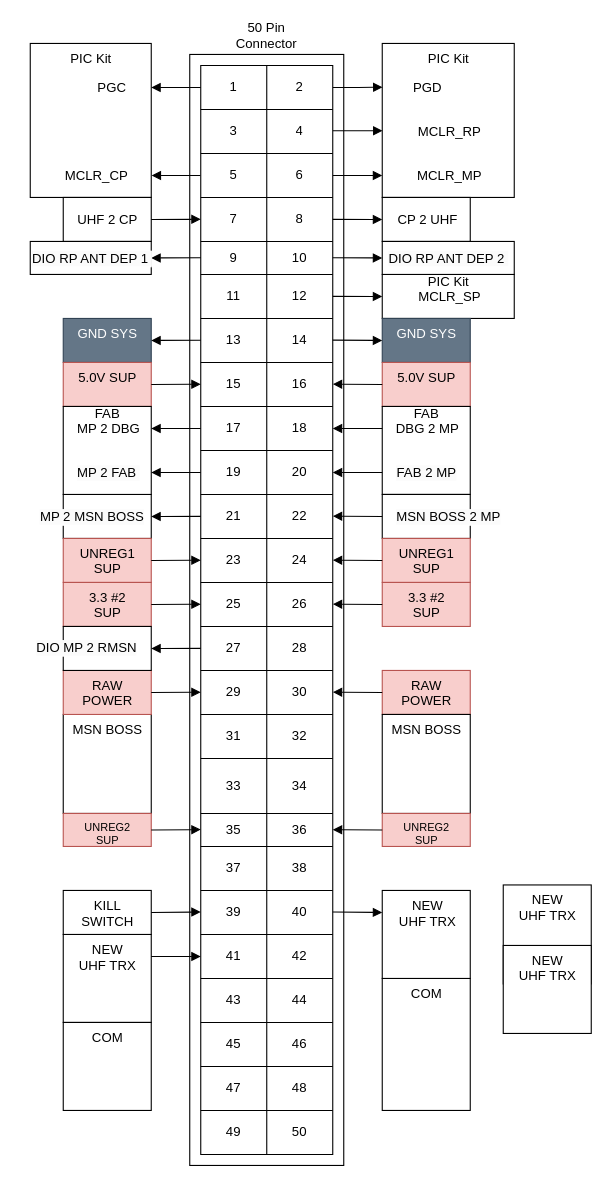
BIRDSOpenSource/BIRDSRP-OBC keeps this draw.io diagram as page "2-ROW-50-PIN-ASSIGNMENT" (1 of 2) of Diagrams/50_pin_assignment.drawio. Above is the earlier version. Source tidied: cells renumbered, new cells numbered last; positions are measured from the earlier drawing's top-left corner, leaving out a move shared by most shapes. Both pictures are drawn from the tidied source at 110%, with x=0, y=0 at pixel (30, 43).
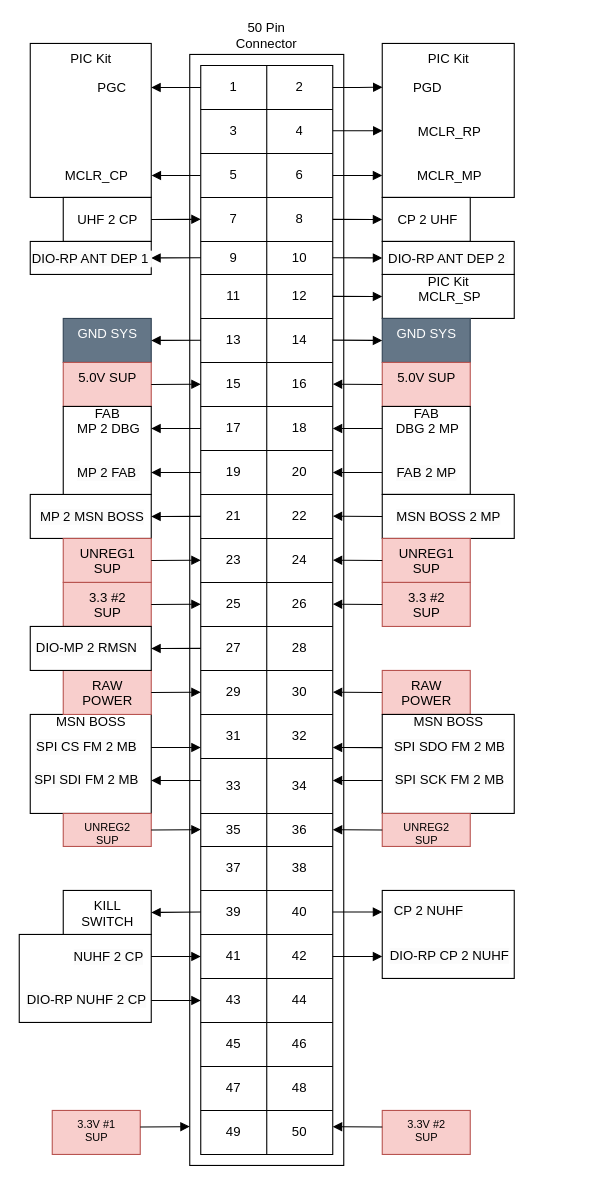
After the change.

The change refers to these unchanged cells:
```xml
<mxCell id="143" style="html=1;verticalAlign=bottom;endArrow=block;edgeStyle=elbowEdgeStyle;elbow=vertical;curved=0;rounded=0;exitX=-0.003;exitY=0.101;exitDx=0;exitDy=0;exitPerimeter=0;entryX=1.003;entryY=0.856;entryDx=0;entryDy=0;entryPerimeter=0;" parent="1" edge="1">
  <mxGeometry relative="1" as="geometry">
    <mxPoint x="155" y="194.8" as="sourcePoint" />
    <mxPoint x="110" y="194.8" as="targetPoint" />
  </mxGeometry>
</mxCell>
<mxCell id="145" style="html=1;verticalAlign=bottom;endArrow=block;edgeStyle=elbowEdgeStyle;elbow=vertical;curved=0;rounded=0;exitX=0;exitY=0.5;exitDx=0;exitDy=0;" parent="1" edge="1">
  <mxGeometry relative="1" as="geometry">
    <mxPoint x="275" y="194.8" as="sourcePoint" />
    <mxPoint x="320" y="194.8" as="targetPoint" />
  </mxGeometry>
</mxCell>
<mxCell id="154" style="html=1;verticalAlign=bottom;endArrow=none;edgeStyle=elbowEdgeStyle;elbow=vertical;curved=0;rounded=0;exitX=-0.003;exitY=0.101;exitDx=0;exitDy=0;exitPerimeter=0;entryX=1.003;entryY=0.856;entryDx=0;entryDy=0;entryPerimeter=0;startArrow=block;startFill=1;endFill=0;" parent="1" edge="1">
  <mxGeometry relative="1" as="geometry">
    <mxPoint x="155" y="830" as="sourcePoint" />
    <mxPoint x="110" y="830" as="targetPoint" />
  </mxGeometry>
</mxCell>
<mxCell id="162" style="html=1;verticalAlign=bottom;endArrow=block;edgeStyle=elbowEdgeStyle;elbow=vertical;curved=0;rounded=0;exitX=-0.003;exitY=0.101;exitDx=0;exitDy=0;exitPerimeter=0;entryX=1.003;entryY=0.856;entryDx=0;entryDy=0;entryPerimeter=0;startArrow=none;startFill=0;endFill=1;" parent="1" edge="1">
  <mxGeometry relative="1" as="geometry">
    <mxPoint x="155" y="549.9" as="sourcePoint" />
    <mxPoint x="110" y="549.9" as="targetPoint" />
  </mxGeometry>
</mxCell>
```

Change to the diagram source:
```diff
@@
-    <mxCell id="90" value="NEW&lt;div&gt;UHF TRX&lt;/div&gt;" style="html=1;perimeter=orthogonalPerimeter;targetShapes=umlLifeline;newEdgeStyle={&quot;edgeStyle&quot;:&quot;elbowEdgeStyle&quot;,&quot;elbow&quot;:&quot;vertical&quot;,&quot;curved&quot;:0,&quot;rounded&quot;:0};verticalAlign=top;" parent="1" vertex="1">
-      <mxGeometry x="430" y="765" width="80" height="90" as="geometry" />
-    </mxCell>
@@
-    <mxCell id="93" value="NEW&lt;div&gt;UHF TRX&lt;/div&gt;" style="html=1;perimeter=orthogonalPerimeter;targetShapes=umlLifeline;newEdgeStyle={&quot;edgeStyle&quot;:&quot;elbowEdgeStyle&quot;,&quot;elbow&quot;:&quot;vertical&quot;,&quot;curved&quot;:0,&quot;rounded&quot;:0};verticalAlign=top;" parent="1" vertex="1">
-      <mxGeometry x="430" y="820" width="80" height="80" as="geometry" />
-    </mxCell>
     <mxCell id="94" style="html=1;perimeter=orthogonalPerimeter;targetShapes=umlLifeline;newEdgeStyle={&quot;edgeStyle&quot;:&quot;elbowEdgeStyle&quot;,&quot;elbow&quot;:&quot;vertical&quot;,&quot;curved&quot;:0,&quot;rounded&quot;:0};verticalAlign=top;" parent="1" vertex="1">
-      <mxGeometry x="30" y="810" width="80" height="80" as="geometry" />
+      <mxGeometry x="-10" y="810" width="120" height="80" as="geometry" />
     </mxCell>
-    <mxCell id="95" value="COM" style="html=1;perimeter=orthogonalPerimeter;targetShapes=umlLifeline;newEdgeStyle={&quot;edgeStyle&quot;:&quot;elbowEdgeStyle&quot;,&quot;elbow&quot;:&quot;vertical&quot;,&quot;curved&quot;:0,&quot;rounded&quot;:0};verticalAlign=top;" parent="1" vertex="1">
-      <mxGeometry x="320" y="850" width="80" height="120" as="geometry" />
-    </mxCell>
-    <mxCell id="96" value="COM" style="html=1;perimeter=orthogonalPerimeter;targetShapes=umlLifeline;newEdgeStyle={&quot;edgeStyle&quot;:&quot;elbowEdgeStyle&quot;,&quot;elbow&quot;:&quot;vertical&quot;,&quot;curved&quot;:0,&quot;rounded&quot;:0};verticalAlign=top;" parent="1" vertex="1">
-      <mxGeometry x="30" y="890" width="80" height="80" as="geometry" />
-    </mxCell>
-    <mxCell id="97" value="MSN BOSS" style="html=1;perimeter=orthogonalPerimeter;targetShapes=umlLifeline;newEdgeStyle={&quot;edgeStyle&quot;:&quot;elbowEdgeStyle&quot;,&quot;elbow&quot;:&quot;vertical&quot;,&quot;curved&quot;:0,&quot;rounded&quot;:0};verticalAlign=top;" parent="1" vertex="1">
-      <mxGeometry x="30" y="610" width="80" height="90" as="geometry" />
+    <mxCell id="97" value="MSN BOSS" style="html=1;perimeter=orthogonalPerimeter;targetShapes=umlLifeline;newEdgeStyle={&quot;edgeStyle&quot;:&quot;elbowEdgeStyle&quot;,&quot;elbow&quot;:&quot;vertical&quot;,&quot;curved&quot;:0,&quot;rounded&quot;:0};verticalAlign=top;spacing=-5;" parent="1" vertex="1">
+      <mxGeometry y="610" width="110" height="90" as="geometry" />
     </mxCell>
     <mxCell id="98" style="html=1;perimeter=orthogonalPerimeter;targetShapes=umlLifeline;newEdgeStyle={&quot;edgeStyle&quot;:&quot;elbowEdgeStyle&quot;,&quot;elbow&quot;:&quot;vertical&quot;,&quot;curved&quot;:0,&quot;rounded&quot;:0};verticalAlign=top;" parent="1" vertex="1">
-      <mxGeometry x="30" y="410" width="80" height="40" as="geometry" />
+      <mxGeometry y="410" width="110" height="40" as="geometry" />
     </mxCell>
@@
     <mxCell id="116" style="html=1;perimeter=orthogonalPerimeter;targetShapes=umlLifeline;newEdgeStyle={&quot;edgeStyle&quot;:&quot;elbowEdgeStyle&quot;,&quot;elbow&quot;:&quot;vertical&quot;,&quot;curved&quot;:0,&quot;rounded&quot;:0};verticalAlign=top;" parent="1" vertex="1">
-      <mxGeometry x="320" y="410" width="80" height="40" as="geometry" />
+      <mxGeometry x="320" y="410" width="120" height="40" as="geometry" />
     </mxCell>
@@
-    <mxCell id="122" value="MSN BOSS" style="html=1;perimeter=orthogonalPerimeter;targetShapes=umlLifeline;newEdgeStyle={&quot;edgeStyle&quot;:&quot;elbowEdgeStyle&quot;,&quot;elbow&quot;:&quot;vertical&quot;,&quot;curved&quot;:0,&quot;rounded&quot;:0};verticalAlign=top;" parent="1" vertex="1">
-      <mxGeometry x="320" y="610" width="80" height="90" as="geometry" />
+    <mxCell id="122" value="MSN BOSS" style="html=1;perimeter=orthogonalPerimeter;targetShapes=umlLifeline;newEdgeStyle={&quot;edgeStyle&quot;:&quot;elbowEdgeStyle&quot;,&quot;elbow&quot;:&quot;vertical&quot;,&quot;curved&quot;:0,&quot;rounded&quot;:0};verticalAlign=top;spacing=-5;" parent="1" vertex="1">
+      <mxGeometry x="320" y="610" width="120" height="90" as="geometry" />
     </mxCell>
@@
-    <mxCell id="144" value="&lt;span style=&quot;font-size: 12px; background-color: rgb(251, 251, 251);&quot;&gt;DIO RP ANT DEP 1&amp;nbsp;&lt;/span&gt;" style="edgeLabel;html=1;align=center;verticalAlign=middle;" parent="143" vertex="1">
+    <mxCell id="144" value="&lt;span style=&quot;font-size: 12px; background-color: rgb(251, 251, 251);&quot;&gt;DIO-RP ANT DEP 1&amp;nbsp;&lt;/span&gt;" style="edgeLabel;html=1;align=center;verticalAlign=middle;" parent="143" vertex="1">
       <mxGeometry x="0.25" y="1" relative="1" as="geometry">
         <mxPoint x="-72" y="-1" as="offset" />
       </mxGeometry>
     </mxCell>
@@
-    <mxCell id="146" value="&lt;span style=&quot;font-size: 12px; background-color: rgb(251, 251, 251);&quot;&gt;DIO RP ANT DEP 2&amp;nbsp;&lt;/span&gt;" style="edgeLabel;html=1;align=center;verticalAlign=middle;" parent="145" vertex="1">
+    <mxCell id="146" value="&lt;span style=&quot;font-size: 12px; background-color: rgb(251, 251, 251);&quot;&gt;DIO-RP ANT DEP 2&amp;nbsp;&lt;/span&gt;" style="edgeLabel;html=1;align=center;verticalAlign=middle;" parent="145" vertex="1">
       <mxGeometry x="0.23" y="1" relative="1" as="geometry">
         <mxPoint x="77" y="1" as="offset" />
       </mxGeometry>
     </mxCell>
@@
-    <mxCell id="155" value="NEW&lt;div&gt;UHF TRX&lt;/div&gt;" style="edgeLabel;html=1;align=center;verticalAlign=middle;fontSize=12;" parent="154" vertex="1">
-      <mxGeometry x="-0.31" y="1" relative="1" as="geometry">
-        <mxPoint x="-70" y="-1" as="offset" />
-      </mxGeometry>
-    </mxCell>
+    <mxCell id="165" value="&lt;span style=&quot;font-size: 12px; background-color: rgb(251, 251, 251);&quot;&gt;NUHF 2 CP&lt;/span&gt;" style="edgeLabel;html=1;align=center;verticalAlign=middle;" parent="154" vertex="1">
+      <mxGeometry x="0.49" y="-1" relative="1" as="geometry">
+        <mxPoint x="-51" y="1" as="offset" />
+      </mxGeometry>
+    </mxCell>
     <mxCell id="156" style="html=1;perimeter=orthogonalPerimeter;targetShapes=umlLifeline;newEdgeStyle={&quot;edgeStyle&quot;:&quot;elbowEdgeStyle&quot;,&quot;elbow&quot;:&quot;vertical&quot;,&quot;curved&quot;:0,&quot;rounded&quot;:0};verticalAlign=top;" parent="1" vertex="1">
-      <mxGeometry x="320" y="770" width="80" height="80" as="geometry" />
+      <mxGeometry x="320" y="770" width="120" height="80" as="geometry" />
     </mxCell>
-    <mxCell id="157" style="html=1;verticalAlign=bottom;endArrow=block;edgeStyle=elbowEdgeStyle;elbow=vertical;curved=0;rounded=0;exitX=0;exitY=0.5;exitDx=0;exitDy=0;" parent="1" edge="1">
+    <mxCell id="157" style="html=1;verticalAlign=bottom;endArrow=block;edgeStyle=elbowEdgeStyle;elbow=horizontal;curved=0;rounded=0;exitX=0;exitY=0.5;exitDx=0;exitDy=0;" parent="1" edge="1">
       <mxGeometry relative="1" as="geometry">
         <mxPoint x="275" y="789.6" as="sourcePoint" />
         <mxPoint x="320" y="789.6" as="targetPoint" />
       </mxGeometry>
     </mxCell>
-    <mxCell id="158" value="NEW&lt;div&gt;UHF TRX&lt;/div&gt;" style="edgeLabel;html=1;align=center;verticalAlign=middle;fontSize=12;" parent="157" vertex="1">
-      <mxGeometry x="-0.31" y="1" relative="1" as="geometry">
-        <mxPoint x="70" y="1" as="offset" />
-      </mxGeometry>
-    </mxCell>
+    <mxCell id="166" style="edgeLabel;html=1;align=center;verticalAlign=middle;" parent="157" vertex="1">
+      <mxGeometry x="0.28" relative="1" as="geometry" />
+    </mxCell>
+    <mxCell id="167" value="&lt;span style=&quot;font-size: 12px; background-color: rgb(251, 251, 251);&quot;&gt;CP 2 NUHF&lt;/span&gt;" style="edgeLabel;html=1;align=center;verticalAlign=middle;" parent="157" vertex="1">
+      <mxGeometry x="0.28" y="1" relative="1" as="geometry">
+        <mxPoint x="57" as="offset" />
+      </mxGeometry>
+    </mxCell>
-    <mxCell id="159" style="html=1;verticalAlign=bottom;endArrow=none;edgeStyle=elbowEdgeStyle;elbow=vertical;curved=0;rounded=0;exitX=-0.003;exitY=0.101;exitDx=0;exitDy=0;exitPerimeter=0;entryX=1.003;entryY=0.856;entryDx=0;entryDy=0;entryPerimeter=0;startArrow=block;startFill=1;endFill=0;" parent="1" edge="1">
+    <mxCell id="159" style="html=1;verticalAlign=bottom;endArrow=block;edgeStyle=elbowEdgeStyle;elbow=vertical;curved=0;rounded=0;exitX=-0.003;exitY=0.101;exitDx=0;exitDy=0;exitPerimeter=0;entryX=1.003;entryY=0.856;entryDx=0;entryDy=0;entryPerimeter=0;startArrow=none;startFill=0;endFill=1;" parent="1" edge="1">
       <mxGeometry relative="1" as="geometry">
         <mxPoint x="155" y="789.6" as="sourcePoint" />
         <mxPoint x="110" y="789.6" as="targetPoint" />
       </mxGeometry>
     </mxCell>
@@
     <mxCell id="161" style="html=1;perimeter=orthogonalPerimeter;targetShapes=umlLifeline;newEdgeStyle={&quot;edgeStyle&quot;:&quot;elbowEdgeStyle&quot;,&quot;elbow&quot;:&quot;vertical&quot;,&quot;curved&quot;:0,&quot;rounded&quot;:0};verticalAlign=top;" parent="1" vertex="1">
-      <mxGeometry x="30" y="530" width="80" height="40" as="geometry" />
+      <mxGeometry y="530" width="110" height="40" as="geometry" />
     </mxCell>
@@
-    <mxCell id="164" value="&lt;span style=&quot;font-size: 12px; background-color: rgb(251, 251, 251);&quot;&gt;DIO MP 2 RMSN&lt;/span&gt;" style="edgeLabel;html=1;align=center;verticalAlign=middle;" parent="162" vertex="1">
+    <mxCell id="164" value="&lt;span style=&quot;font-size: 12px; background-color: rgb(251, 251, 251);&quot;&gt;DIO-MP 2 RMSN&lt;/span&gt;" style="edgeLabel;html=1;align=center;verticalAlign=middle;" parent="162" vertex="1">
       <mxGeometry x="0.49" y="-1" relative="1" as="geometry">
         <mxPoint x="-71" as="offset" />
       </mxGeometry>
     </mxCell>
+    <mxCell id="168" style="html=1;verticalAlign=bottom;endArrow=none;edgeStyle=elbowEdgeStyle;elbow=vertical;curved=0;rounded=0;exitX=-0.003;exitY=0.101;exitDx=0;exitDy=0;exitPerimeter=0;entryX=1.003;entryY=0.856;entryDx=0;entryDy=0;entryPerimeter=0;startArrow=block;startFill=1;endFill=0;" parent="1" edge="1">
+      <mxGeometry relative="1" as="geometry">
+        <mxPoint x="155" y="640" as="sourcePoint" />
+        <mxPoint x="110" y="640" as="targetPoint" />
+      </mxGeometry>
+    </mxCell>
+    <mxCell id="169" style="edgeLabel;html=1;align=center;verticalAlign=middle;" parent="168" vertex="1">
+      <mxGeometry x="-0.28" relative="1" as="geometry" />
+    </mxCell>
+    <mxCell id="170" value="&lt;span style=&quot;font-size: 12px; background-color: rgb(251, 251, 251);&quot;&gt;SPI CS FM 2 MB&lt;/span&gt;" style="edgeLabel;html=1;align=center;verticalAlign=middle;" parent="168" vertex="1">
+      <mxGeometry x="0.49" y="-1" relative="1" as="geometry">
+        <mxPoint x="-71" as="offset" />
+      </mxGeometry>
+    </mxCell>
+    <mxCell id="171" style="html=1;verticalAlign=bottom;endArrow=block;edgeStyle=elbowEdgeStyle;elbow=vertical;curved=0;rounded=0;exitX=-0.003;exitY=0.101;exitDx=0;exitDy=0;exitPerimeter=0;entryX=1.003;entryY=0.856;entryDx=0;entryDy=0;entryPerimeter=0;startArrow=none;startFill=0;endFill=1;" parent="1" edge="1">
+      <mxGeometry relative="1" as="geometry">
+        <mxPoint x="155" y="670.1" as="sourcePoint" />
+        <mxPoint x="110" y="670.1" as="targetPoint" />
+      </mxGeometry>
+    </mxCell>
+    <mxCell id="172" style="edgeLabel;html=1;align=center;verticalAlign=middle;" parent="171" vertex="1">
+      <mxGeometry x="-0.28" relative="1" as="geometry" />
+    </mxCell>
+    <mxCell id="173" value="&lt;span style=&quot;font-size: 12px; background-color: rgb(251, 251, 251);&quot;&gt;SPI SDI FM 2 MB&lt;/span&gt;" style="edgeLabel;html=1;align=center;verticalAlign=middle;" parent="171" vertex="1">
+      <mxGeometry x="0.49" y="-1" relative="1" as="geometry">
+        <mxPoint x="-71" as="offset" />
+      </mxGeometry>
+    </mxCell>
+    <mxCell id="174" style="html=1;verticalAlign=bottom;endArrow=block;edgeStyle=elbowEdgeStyle;elbow=vertical;curved=0;rounded=0;exitX=-0.003;exitY=0.101;exitDx=0;exitDy=0;exitPerimeter=0;entryX=1.003;entryY=0.856;entryDx=0;entryDy=0;entryPerimeter=0;startArrow=none;startFill=0;endFill=1;" parent="1" edge="1">
+      <mxGeometry relative="1" as="geometry">
+        <mxPoint x="320" y="670" as="sourcePoint" />
+        <mxPoint x="275" y="670" as="targetPoint" />
+      </mxGeometry>
+    </mxCell>
+    <mxCell id="175" style="edgeLabel;html=1;align=center;verticalAlign=middle;" parent="174" vertex="1">
+      <mxGeometry x="-0.28" relative="1" as="geometry" />
+    </mxCell>
+    <mxCell id="176" value="&lt;span style=&quot;font-size: 12px; background-color: rgb(251, 251, 251);&quot;&gt;SPI SCK FM 2 MB&lt;/span&gt;" style="edgeLabel;html=1;align=center;verticalAlign=middle;" parent="174" vertex="1">
+      <mxGeometry x="0.49" y="-1" relative="1" as="geometry">
+        <mxPoint x="94" as="offset" />
+      </mxGeometry>
+    </mxCell>
+    <mxCell id="177" style="html=1;verticalAlign=bottom;endArrow=block;edgeStyle=elbowEdgeStyle;elbow=vertical;curved=0;rounded=0;exitX=-0.003;exitY=0.101;exitDx=0;exitDy=0;exitPerimeter=0;entryX=1.003;entryY=0.856;entryDx=0;entryDy=0;entryPerimeter=0;startArrow=none;startFill=0;endFill=1;" parent="1" edge="1">
+      <mxGeometry relative="1" as="geometry">
+        <mxPoint x="320" y="640.2" as="sourcePoint" />
+        <mxPoint x="275" y="640.2" as="targetPoint" />
+      </mxGeometry>
+    </mxCell>
+    <mxCell id="178" style="edgeLabel;html=1;align=center;verticalAlign=middle;" parent="177" vertex="1">
+      <mxGeometry x="-0.28" relative="1" as="geometry" />
+    </mxCell>
+    <mxCell id="179" value="&lt;span style=&quot;font-size: 12px; background-color: rgb(251, 251, 251);&quot;&gt;SPI SDO FM 2 MB&lt;/span&gt;" style="edgeLabel;html=1;align=center;verticalAlign=middle;" parent="177" vertex="1">
+      <mxGeometry x="0.49" y="-1" relative="1" as="geometry">
+        <mxPoint x="94" as="offset" />
+      </mxGeometry>
+    </mxCell>
+    <mxCell id="180" style="html=1;verticalAlign=bottom;endArrow=block;edgeStyle=elbowEdgeStyle;elbow=horizontal;curved=0;rounded=0;exitX=0;exitY=0.5;exitDx=0;exitDy=0;" parent="1" edge="1">
+      <mxGeometry relative="1" as="geometry">
+        <mxPoint x="275" y="830" as="sourcePoint" />
+        <mxPoint x="320" y="830" as="targetPoint" />
+      </mxGeometry>
+    </mxCell>
+    <mxCell id="181" style="edgeLabel;html=1;align=center;verticalAlign=middle;" parent="180" vertex="1">
+      <mxGeometry x="0.28" relative="1" as="geometry" />
+    </mxCell>
+    <mxCell id="182" value="&lt;span style=&quot;font-size: 12px; background-color: rgb(251, 251, 251);&quot;&gt;DIO-RP CP 2 NUHF&lt;/span&gt;" style="edgeLabel;html=1;align=center;verticalAlign=middle;" parent="180" vertex="1">
+      <mxGeometry x="0.28" y="1" relative="1" as="geometry">
+        <mxPoint x="76" as="offset" />
+      </mxGeometry>
+    </mxCell>
+    <mxCell id="183" style="html=1;verticalAlign=bottom;endArrow=block;edgeStyle=elbowEdgeStyle;elbow=horizontal;curved=0;rounded=0;exitX=0;exitY=0.5;exitDx=0;exitDy=0;" parent="1" edge="1">
+      <mxGeometry relative="1" as="geometry">
+        <mxPoint x="110" y="870" as="sourcePoint" />
+        <mxPoint x="155" y="870" as="targetPoint" />
+      </mxGeometry>
+    </mxCell>
+    <mxCell id="184" style="edgeLabel;html=1;align=center;verticalAlign=middle;" parent="183" vertex="1">
+      <mxGeometry x="0.28" relative="1" as="geometry" />
+    </mxCell>
+    <mxCell id="185" value="&lt;span style=&quot;font-size: 12px; background-color: rgb(251, 251, 251);&quot;&gt;DIO-RP NUHF 2 CP&lt;/span&gt;" style="edgeLabel;html=1;align=center;verticalAlign=middle;" parent="183" vertex="1">
+      <mxGeometry x="0.28" y="1" relative="1" as="geometry">
+        <mxPoint x="-89" as="offset" />
+      </mxGeometry>
+    </mxCell>
+    <mxCell id="186" value="3.3V #1&lt;div style=&quot;font-size: 10px;&quot;&gt;SUP&lt;/div&gt;" style="html=1;perimeter=orthogonalPerimeter;targetShapes=umlLifeline;newEdgeStyle={&quot;edgeStyle&quot;:&quot;elbowEdgeStyle&quot;,&quot;elbow&quot;:&quot;vertical&quot;,&quot;curved&quot;:0,&quot;rounded&quot;:0};labelPosition=center;verticalLabelPosition=middle;align=center;verticalAlign=top;fillColor=#f8cecc;strokeColor=#b85450;fontSize=10;" parent="1" vertex="1">
+      <mxGeometry x="20" y="970" width="80" height="40" as="geometry" />
+    </mxCell>
+    <mxCell id="187" style="html=1;verticalAlign=bottom;endArrow=none;edgeStyle=elbowEdgeStyle;elbow=vertical;curved=0;rounded=0;exitX=-0.003;exitY=0.101;exitDx=0;exitDy=0;exitPerimeter=0;entryX=1.003;entryY=0.856;entryDx=0;entryDy=0;entryPerimeter=0;startArrow=block;startFill=1;endFill=0;" parent="1" edge="1">
+      <mxGeometry relative="1" as="geometry">
+        <mxPoint x="145" y="984.7" as="sourcePoint" />
+        <mxPoint x="100" y="984.7" as="targetPoint" />
+      </mxGeometry>
+    </mxCell>
+    <mxCell id="188" value="3.3V #2&lt;div style=&quot;font-size: 10px;&quot;&gt;SUP&lt;/div&gt;" style="html=1;perimeter=orthogonalPerimeter;targetShapes=umlLifeline;newEdgeStyle={&quot;edgeStyle&quot;:&quot;elbowEdgeStyle&quot;,&quot;elbow&quot;:&quot;vertical&quot;,&quot;curved&quot;:0,&quot;rounded&quot;:0};labelPosition=center;verticalLabelPosition=middle;align=center;verticalAlign=top;fillColor=#f8cecc;strokeColor=#b85450;fontSize=10;" parent="1" vertex="1">
+      <mxGeometry x="320" y="970" width="80" height="40" as="geometry" />
+    </mxCell>
+    <mxCell id="189" style="html=1;verticalAlign=bottom;endArrow=none;edgeStyle=elbowEdgeStyle;elbow=vertical;curved=0;rounded=0;exitX=0;exitY=0.5;exitDx=0;exitDy=0;startArrow=block;startFill=1;endFill=0;" parent="1" edge="1">
+      <mxGeometry relative="1" as="geometry">
+        <mxPoint x="275" y="984.8" as="sourcePoint" />
+        <mxPoint x="320" y="984.8" as="targetPoint" />
+      </mxGeometry>
+    </mxCell>
```
